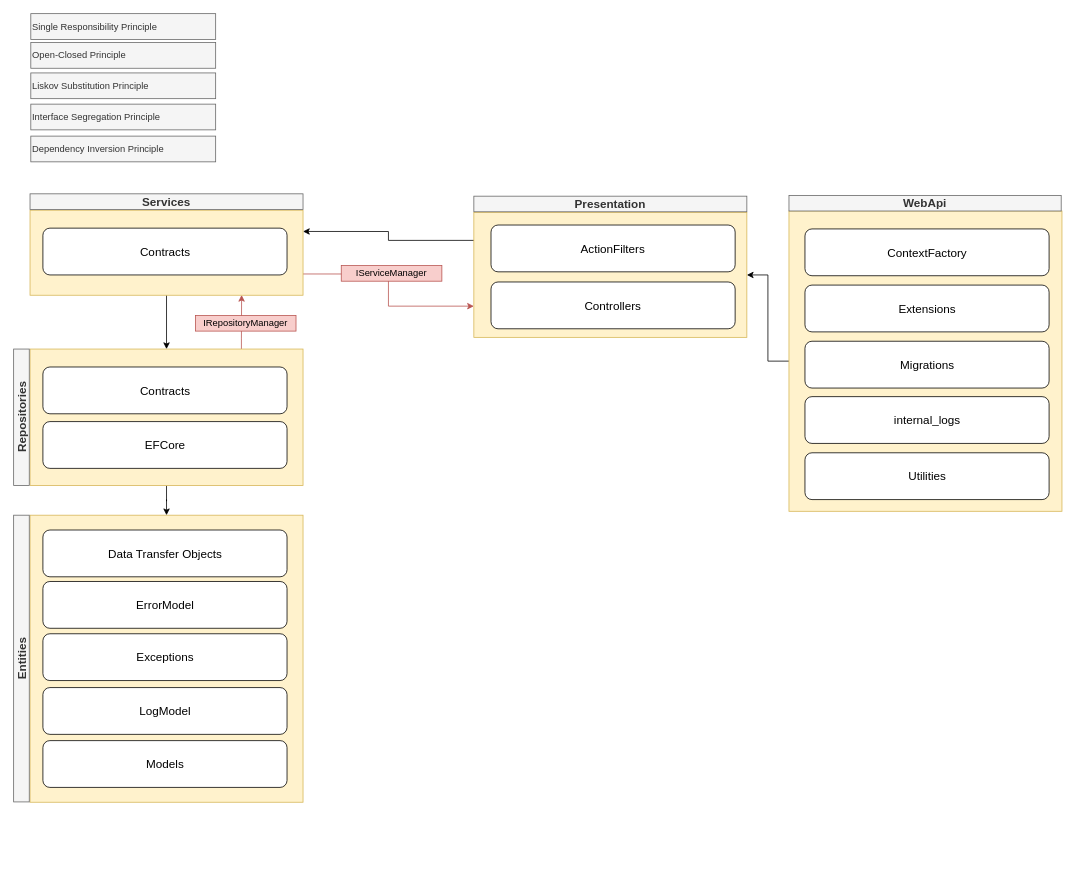
The draw.io diagram drawing.drawio in TopGuru777/BTK-Akademi-ASPNET-Core-Web-Api, before the edit. Source tidied: cells renumbered, new cells numbered last; positions are measured from the earlier drawing's top-left corner, leaving out a move shared by most shapes. Both pictures are drawn from the tidied source at 78%, with x=0, y=0 at pixel (-122, 13).
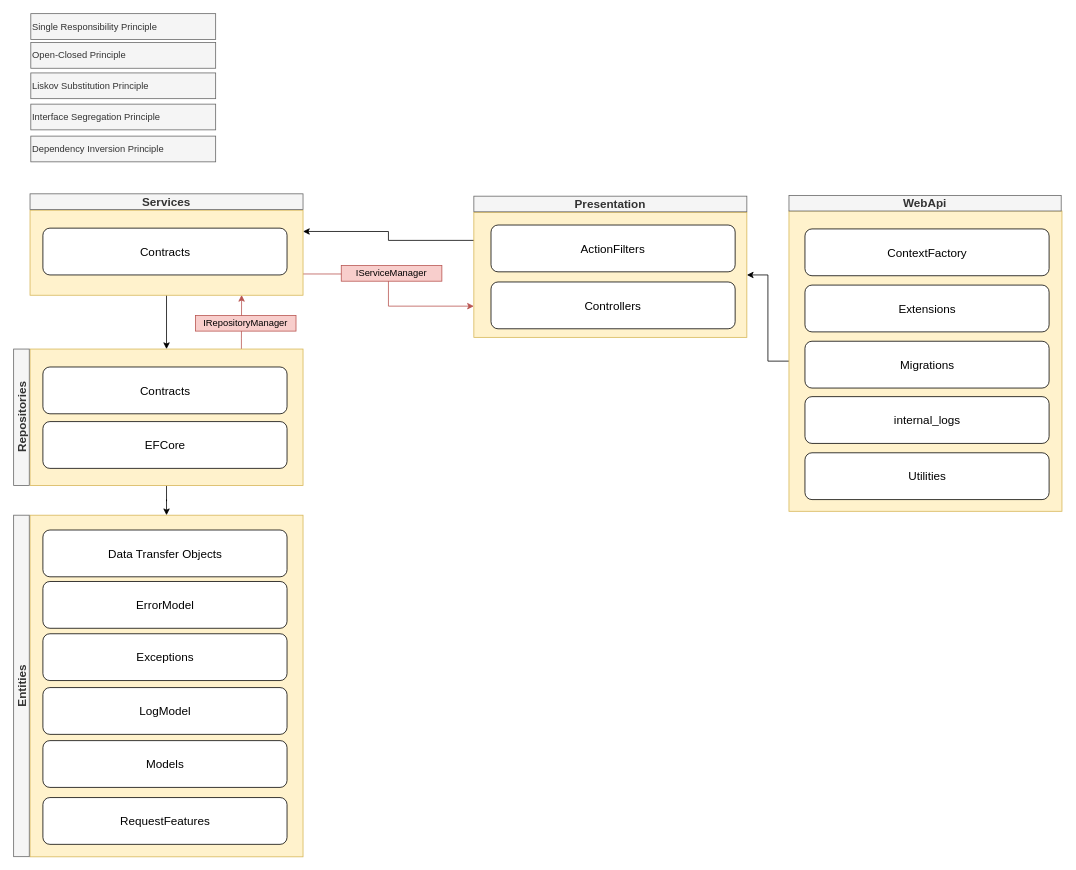
Above is the later version.

What changed in the source:
```diff
@@
     <mxCell id="5" style="rounded=1;whiteSpace=wrap;html=1;fillColor=#fff2cc;strokeColor=#d6b656;arcSize=0;" parent="1" vertex="1">
-      <mxGeometry x="195" y="643" width="350" height="368" as="geometry" />
+      <mxGeometry x="195" y="643" width="350" height="438" as="geometry" />
     </mxCell>
@@
     <mxCell id="27" value="Entities" style="text;html=1;strokeColor=#666666;fillColor=#f5f5f5;align=center;verticalAlign=middle;whiteSpace=wrap;rounded=0;fontSize=15;fontStyle=1;rotation=-90;fontColor=#333333;" parent="1" vertex="1">
-      <mxGeometry x="0.2" y="816.8" width="367.6" height="20" as="geometry" />
+      <mxGeometry x="-34.9" y="851.9" width="437.8" height="20" as="geometry" />
     </mxCell>
@@
+    <mxCell id="41" value="RequestFeatures" style="rounded=1;whiteSpace=wrap;html=1;fontSize=15;" parent="1" vertex="1">
+      <mxGeometry x="211.5" y="1005" width="313" height="60" as="geometry" />
+    </mxCell>
```
